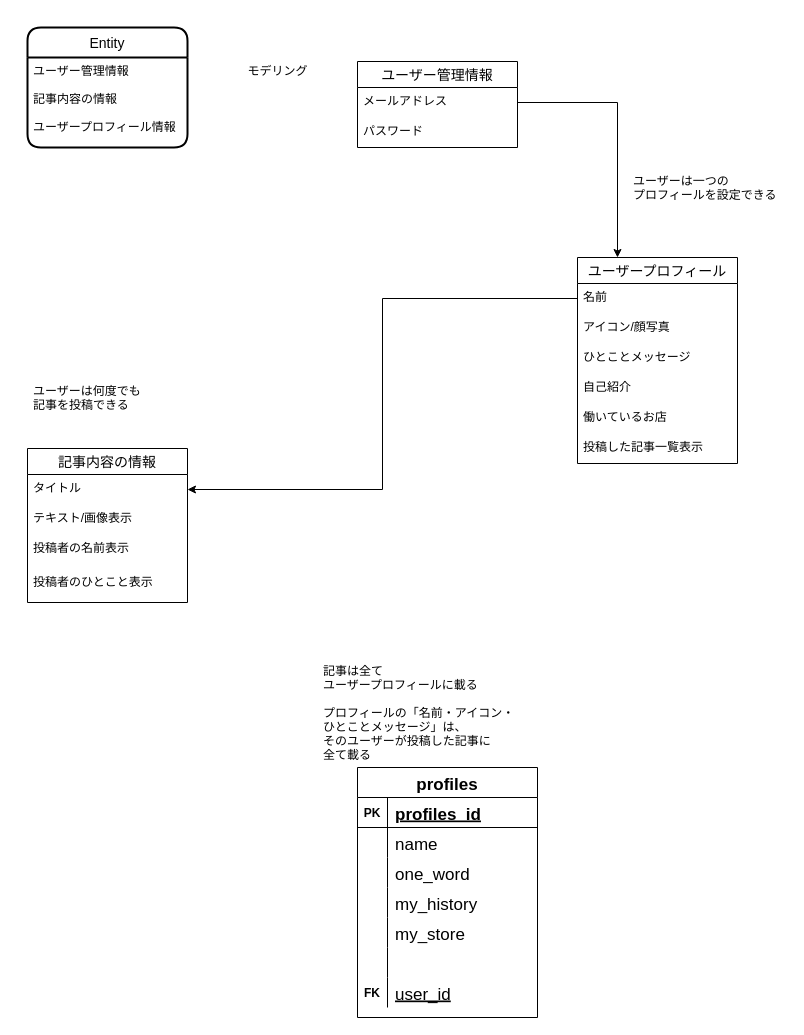
This is youme.dio from yait-ucess/YouMe, a draw.io file, before an edit. Source tidied: cells renumbered, new cells numbered last; positions are measured from the earlier drawing's top-left corner, leaving out a move shared by most shapes. Both pictures are drawn from the tidied source at 100%, with x=0, y=0 at pixel (27, 27).
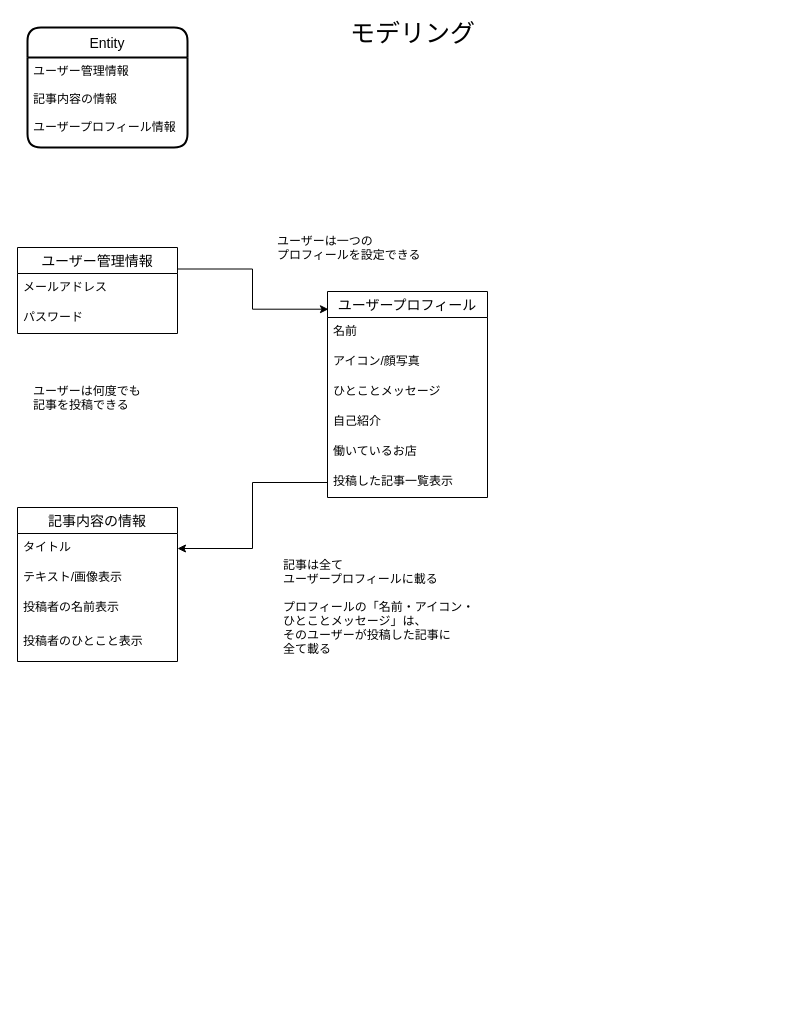
The same diagram, later.

The change refers to these unchanged cells:
```xml
<mxCell id="5" value="メールアドレス&#10;&#10;" style="text;strokeColor=none;fillColor=none;spacingLeft=4;spacingRight=4;overflow=hidden;points=[[0,0.5],[1,0.5]];portConstraint=eastwest;fontSize=12;" parent="4" vertex="1">
  <mxGeometry y="26" width="160" height="30" as="geometry" />
</mxCell>
<mxCell id="8" value="タイトル&#10;&#10;&#10;" style="text;strokeColor=none;fillColor=none;spacingLeft=4;spacingRight=4;overflow=hidden;points=[[0,0.5],[1,0.5]];portConstraint=eastwest;fontSize=12;" parent="7" vertex="1">
  <mxGeometry y="26" width="160" height="30" as="geometry" />
</mxCell>
<mxCell id="17" value="名前" style="text;strokeColor=none;fillColor=none;spacingLeft=4;spacingRight=4;overflow=hidden;points=[[0,0.5],[1,0.5]];portConstraint=eastwest;fontSize=12;" parent="16" vertex="1">
  <mxGeometry y="26" width="160" height="30" as="geometry" />
</mxCell>
<mxCell id="22" value="投稿した記事一覧表示" style="text;strokeColor=none;fillColor=none;spacingLeft=4;spacingRight=4;overflow=hidden;points=[[0,0.5],[1,0.5]];portConstraint=eastwest;fontSize=12;" parent="16" vertex="1">
  <mxGeometry y="176" width="160" height="30" as="geometry" />
</mxCell>
```

Change to the diagram source:
```diff
@@
+    <mxCell id="47" style="edgeStyle=orthogonalEdgeStyle;rounded=0;jettySize=auto;html=1;exitX=1;exitY=0.25;exitDx=0;exitDy=0;entryX=0.006;entryY=0.086;entryDx=0;entryDy=0;entryPerimeter=0;fontSize=12;" parent="1" edge="1" source="4" target="16">
+      <mxGeometry relative="1" as="geometry" />
+    </mxCell>
     <mxCell id="4" value="ユーザー管理情報" style="swimlane;fontStyle=0;horizontal=1;startSize=26;align=center;fontSize=14;" parent="1" vertex="1">
-      <mxGeometry x="330" y="34" width="160" height="86" as="geometry" />
+      <mxGeometry x="-10" y="220" width="160" height="86" as="geometry" />
     </mxCell>
@@
     <mxCell id="7" value="記事内容の情報" style="swimlane;fontStyle=0;horizontal=1;startSize=26;align=center;fontSize=14;" parent="1" vertex="1">
-      <mxGeometry y="421" width="160" height="154" as="geometry" />
+      <mxGeometry x="-10" y="480" width="160" height="154" as="geometry" />
     </mxCell>
@@
-    <mxCell id="12" value="モデリング" style="text;html=1;align=center;verticalAlign=middle;" parent="1" vertex="1">
-      <mxGeometry x="210" y="34" width="80" height="20" as="geometry" />
+    <mxCell id="12" value="&lt;font style=&quot;font-size: 25px&quot;&gt;モデリング&lt;/font&gt;" style="text;html=1;align=center;verticalAlign=middle;fontSize=18;" parent="1" vertex="1">
+      <mxGeometry x="315" y="-10" width="140" height="30" as="geometry" />
     </mxCell>
@@
     <mxCell id="14" value="ユーザーは一つの&#10;プロフィールを設定できる" style="text;strokeColor=none;fillColor=none;spacingLeft=4;spacingRight=4;overflow=hidden;fontSize=12;" parent="1" vertex="1">
-      <mxGeometry x="600" y="140" width="160" height="34" as="geometry" />
+      <mxGeometry x="244" y="200" width="160" height="34" as="geometry" />
     </mxCell>
-    <mxCell id="15" style="edgeStyle=orthogonalEdgeStyle;rounded=0;jettySize=auto;html=1;exitX=1;exitY=0.5;exitDx=0;exitDy=0;entryX=0.25;entryY=0;entryDx=0;entryDy=0;" parent="1" edge="1" source="5" target="16">
-      <mxGeometry relative="1" as="geometry">
-        <Array as="points">
-          <mxPoint x="590" y="75" />
-        </Array>
-      </mxGeometry>
-    </mxCell>
     <mxCell id="16" value="ユーザープロフィール" style="swimlane;fontStyle=0;horizontal=1;startSize=26;align=center;fontSize=14;" parent="1" vertex="1">
-      <mxGeometry x="550" y="230" width="160" height="206" as="geometry" />
+      <mxGeometry x="300" y="264" width="160" height="206" as="geometry" />
     </mxCell>
@@
     <mxCell id="23" value="記事は全て&#10;ユーザープロフィールに載る&#10;&#10;プロフィールの「名前・アイコン・&#10;ひとことメッセージ」は、&#10;そのユーザーが投稿した記事に&#10;全て載る" style="text;strokeColor=none;fillColor=none;spacingLeft=4;spacingRight=4;overflow=hidden;fontSize=12;" parent="1" vertex="1">
-      <mxGeometry x="290" y="630" width="210" height="110" as="geometry" />
+      <mxGeometry x="250" y="524" width="210" height="110" as="geometry" />
     </mxCell>
-    <mxCell id="24" style="edgeStyle=orthogonalEdgeStyle;rounded=0;jettySize=auto;html=1;exitX=0;exitY=0.5;exitDx=0;exitDy=0;entryX=1;entryY=0.5;entryDx=0;entryDy=0;" parent="1" edge="1" source="17" target="8">
+    <mxCell id="24" style="edgeStyle=orthogonalEdgeStyle;rounded=0;jettySize=auto;html=1;exitX=0;exitY=0.5;exitDx=0;exitDy=0;entryX=1;entryY=0.5;entryDx=0;entryDy=0;" parent="1" edge="1" source="22" target="8">
       <mxGeometry relative="1" as="geometry" />
     </mxCell>
-    <mxCell id="25" value="profiles" style="shape=table;startSize=30;childLayout=tableLayout;rowLines=0;fontStyle=1;align=center;fontSize=17;" parent="1" vertex="1">
-      <mxGeometry x="330" y="740" width="180" height="250" as="geometry" />
-    </mxCell>
-    <mxCell id="26" style="shape=partialRectangle;fillColor=none;top=0;left=0;bottom=1;right=0;" parent="25" vertex="1">
-      <mxGeometry y="30" width="180" height="30" as="geometry" />
-    </mxCell>
-    <mxCell id="27" value="PK" style="shape=partialRectangle;fillColor=none;top=0;left=0;bottom=0;right=0;fontStyle=1;overflow=hidden;" parent="26" vertex="1">
-      <mxGeometry width="30" height="30" as="geometry" />
-    </mxCell>
-    <mxCell id="28" value="profiles_id" style="shape=partialRectangle;fillColor=none;top=0;left=0;bottom=0;right=0;align=left;spacingLeft=6;fontStyle=5;overflow=hidden;fontSize=17;" parent="26" vertex="1">
-      <mxGeometry x="30" width="150" height="30" as="geometry" />
-    </mxCell>
-    <mxCell id="29" style="shape=partialRectangle;fillColor=none;top=0;left=0;bottom=0;right=0;" parent="25" vertex="1">
-      <mxGeometry y="60" width="180" height="30" as="geometry" />
-    </mxCell>
-    <mxCell id="30" style="shape=partialRectangle;fillColor=none;top=0;left=0;bottom=0;right=0;overflow=hidden;" parent="29" vertex="1">
-      <mxGeometry width="30" height="30" as="geometry" />
-    </mxCell>
-    <mxCell id="31" value="name" style="shape=partialRectangle;fillColor=none;top=0;left=0;bottom=0;right=0;align=left;spacingLeft=6;overflow=hidden;fontSize=17;" parent="29" vertex="1">
-      <mxGeometry x="30" width="150" height="30" as="geometry" />
-    </mxCell>
-    <mxCell id="32" style="shape=partialRectangle;fillColor=none;top=0;left=0;bottom=0;right=0;" parent="25" vertex="1">
-      <mxGeometry y="90" width="180" height="30" as="geometry" />
-    </mxCell>
-    <mxCell id="33" style="shape=partialRectangle;fillColor=none;top=0;left=0;bottom=0;right=0;overflow=hidden;" parent="32" vertex="1">
-      <mxGeometry width="30" height="30" as="geometry" />
-    </mxCell>
-    <mxCell id="34" value="one_word" style="shape=partialRectangle;fillColor=none;top=0;left=0;bottom=0;right=0;align=left;spacingLeft=6;overflow=hidden;fontSize=17;" parent="32" vertex="1">
-      <mxGeometry x="30" width="150" height="30" as="geometry" />
-    </mxCell>
-    <mxCell id="35" style="shape=partialRectangle;fillColor=none;top=0;left=0;bottom=0;right=0;" parent="25" vertex="1">
-      <mxGeometry y="120" width="180" height="30" as="geometry" />
-    </mxCell>
-    <mxCell id="36" style="shape=partialRectangle;fillColor=none;top=0;left=0;bottom=0;right=0;overflow=hidden;" parent="35" vertex="1">
-      <mxGeometry width="30" height="30" as="geometry" />
-    </mxCell>
-    <mxCell id="37" value="my_history" style="shape=partialRectangle;fillColor=none;top=0;left=0;bottom=0;right=0;align=left;spacingLeft=6;overflow=hidden;fontSize=17;" parent="35" vertex="1">
-      <mxGeometry x="30" width="150" height="30" as="geometry" />
-    </mxCell>
-    <mxCell id="38" style="shape=partialRectangle;fillColor=none;top=0;left=0;bottom=0;right=0;" parent="25" vertex="1">
-      <mxGeometry y="150" width="180" height="30" as="geometry" />
-    </mxCell>
-    <mxCell id="39" style="shape=partialRectangle;fillColor=none;top=0;left=0;bottom=0;right=0;overflow=hidden;" parent="38" vertex="1">
-      <mxGeometry width="30" height="30" as="geometry" />
-    </mxCell>
-    <mxCell id="40" value="my_store" style="shape=partialRectangle;fillColor=none;top=0;left=0;bottom=0;right=0;align=left;spacingLeft=6;overflow=hidden;fontSize=17;" parent="38" vertex="1">
-      <mxGeometry x="30" width="150" height="30" as="geometry" />
-    </mxCell>
-    <mxCell id="41" style="shape=partialRectangle;fillColor=none;top=0;left=0;bottom=0;right=0;" parent="25" vertex="1">
-      <mxGeometry y="180" width="180" height="30" as="geometry" />
-    </mxCell>
-    <mxCell id="42" style="shape=partialRectangle;fillColor=none;top=0;left=0;bottom=0;right=0;overflow=hidden;" parent="41" vertex="1">
-      <mxGeometry width="30" height="30" as="geometry" />
-    </mxCell>
-    <mxCell id="43" style="shape=partialRectangle;fillColor=none;top=0;left=0;bottom=0;right=0;align=left;spacingLeft=6;overflow=hidden;" parent="41" vertex="1">
-      <mxGeometry x="30" width="150" height="30" as="geometry" />
-    </mxCell>
-    <mxCell id="44" style="shape=partialRectangle;fillColor=none;top=0;left=0;bottom=0;right=0;" parent="25" vertex="1">
-      <mxGeometry y="210" width="180" height="30" as="geometry" />
-    </mxCell>
-    <mxCell id="45" value="FK" style="shape=partialRectangle;fillColor=none;top=0;left=0;bottom=0;right=0;overflow=hidden;fontSize=12;fontStyle=1;" parent="44" vertex="1">
-      <mxGeometry width="30" height="30" as="geometry" />
-    </mxCell>
-    <mxCell id="46" value="user_id" style="shape=partialRectangle;fillColor=none;top=0;left=0;bottom=0;right=0;align=left;spacingLeft=6;overflow=hidden;fontSize=17;fontStyle=4;" parent="44" vertex="1">
-      <mxGeometry x="30" width="150" height="30" as="geometry" />
-    </mxCell>
```
